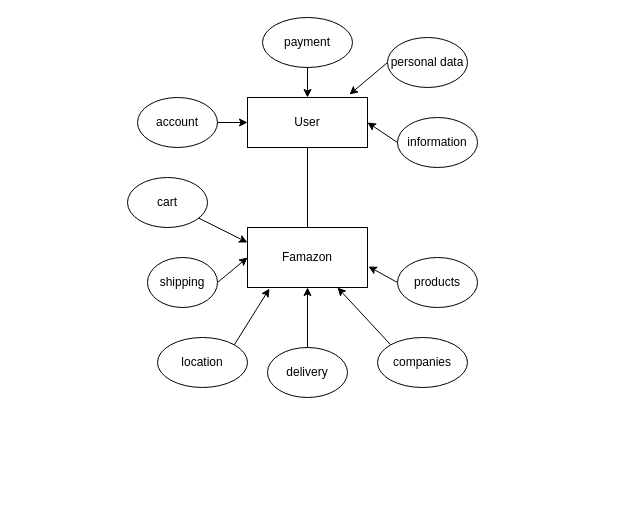
Above: page "Step2" (2 of 4) of Diagram/Famazon.drawio in DmnkHofmann/BE16_CR9_DominikHofmann (draw.io), before the change. Source tidied: cells renumbered, new cells numbered last; positions are measured from the earlier drawing's top-left corner, leaving out a move shared by most shapes. Both pictures are drawn from the tidied source at 100%, with x=0, y=0 at pixel (127, 17).
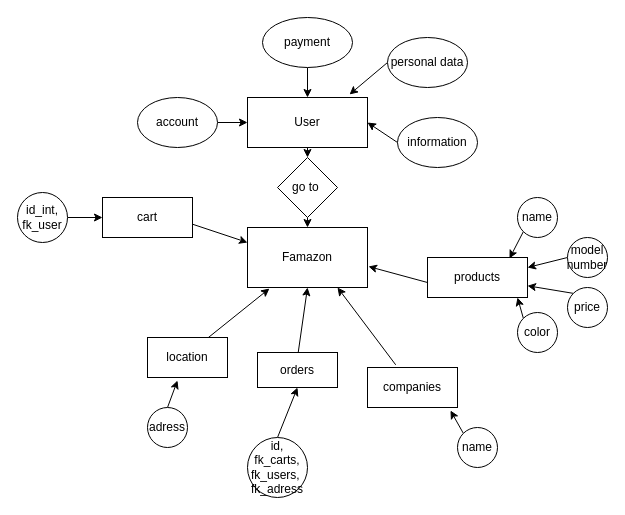
The same diagram, later.

Unchanged cells that the change refers to:
```xml
<mxCell id="3" value="User" style="rounded=0;whiteSpace=wrap;html=1;" parent="1" vertex="1">
  <mxGeometry x="120" y="80" width="120" height="50" as="geometry" />
</mxCell>
<mxCell id="12" value="Famazon" style="rounded=0;whiteSpace=wrap;html=1;" parent="1" vertex="1">
  <mxGeometry x="120" y="210" width="120" height="60" as="geometry" />
</mxCell>
```

Diff of the diagram source:
```diff
@@
-    <mxCell id="2" style="edgeStyle=none;html=1;exitX=0.5;exitY=1;exitDx=0;exitDy=0;entryX=0.5;entryY=0;entryDx=0;entryDy=0;startArrow=none;startFill=0;endArrow=none;endFill=0;" parent="1" edge="1" source="3" target="12">
-      <mxGeometry relative="1" as="geometry" />
-    </mxCell>
+    <mxCell id="25" style="edgeStyle=none;html=1;exitX=0.5;exitY=1;exitDx=0;exitDy=0;entryX=0.5;entryY=0;entryDx=0;entryDy=0;" parent="1" edge="1" source="3" target="27">
+      <mxGeometry relative="1" as="geometry" />
+    </mxCell>
@@
-    <mxCell id="13" style="edgeStyle=none;html=1;exitX=0;exitY=0.5;exitDx=0;exitDy=0;entryX=1.008;entryY=0.65;entryDx=0;entryDy=0;entryPerimeter=0;startArrow=none;startFill=0;endArrow=classic;endFill=1;" parent="1" edge="1" source="14" target="12">
-      <mxGeometry relative="1" as="geometry" />
+    <mxCell id="13" style="edgeStyle=none;html=1;exitX=0;exitY=0.5;exitDx=0;exitDy=0;entryX=1.008;entryY=0.65;entryDx=0;entryDy=0;entryPerimeter=0;startArrow=none;startFill=0;endArrow=classic;endFill=1;" parent="1" edge="1" target="12">
+      <mxGeometry relative="1" as="geometry">
+        <mxPoint x="300" y="265" as="sourcePoint" />
+      </mxGeometry>
     </mxCell>
+    <mxCell id="15" style="edgeStyle=none;html=1;exitX=0;exitY=0;exitDx=0;exitDy=0;entryX=0.75;entryY=1;entryDx=0;entryDy=0;startArrow=none;startFill=0;endArrow=classic;endFill=1;" parent="1" edge="1" target="12">
+      <mxGeometry relative="1" as="geometry">
+        <mxPoint x="268.2" y="347.3" as="sourcePoint" />
+      </mxGeometry>
+    </mxCell>
+    <mxCell id="17" style="edgeStyle=none;html=1;exitX=0.5;exitY=0;exitDx=0;exitDy=0;entryX=0.5;entryY=1;entryDx=0;entryDy=0;startArrow=none;startFill=0;endArrow=classic;endFill=1;" parent="1" edge="1" target="12">
+      <mxGeometry relative="1" as="geometry">
+        <mxPoint x="170" y="340" as="sourcePoint" />
+      </mxGeometry>
+    </mxCell>
+    <mxCell id="21" style="edgeStyle=none;html=1;exitX=1;exitY=0;exitDx=0;exitDy=0;entryX=0.183;entryY=1.017;entryDx=0;entryDy=0;entryPerimeter=0;startArrow=none;startFill=0;endArrow=classic;endFill=1;" parent="1" edge="1" target="12">
+      <mxGeometry relative="1" as="geometry">
+        <mxPoint x="71.8" y="327.3" as="sourcePoint" />
+      </mxGeometry>
+    </mxCell>
+    <mxCell id="23" style="edgeStyle=none;html=1;entryX=0;entryY=0.25;entryDx=0;entryDy=0;startArrow=none;startFill=0;endArrow=classic;endFill=1;" parent="1" edge="1" target="12">
+      <mxGeometry relative="1" as="geometry">
+        <mxPoint x="65.3" y="206.8" as="sourcePoint" />
+      </mxGeometry>
+    </mxCell>
-    <mxCell id="14" value="products" style="ellipse;whiteSpace=wrap;html=1;" parent="1" vertex="1">
-      <mxGeometry x="270" y="240" width="80" height="50" as="geometry" />
+    <mxCell id="14" value="products" style="rounded=0;whiteSpace=wrap;html=1;" parent="1" vertex="1">
+      <mxGeometry x="300" y="240" width="100" height="40" as="geometry" />
     </mxCell>
-    <mxCell id="15" style="edgeStyle=none;html=1;exitX=0;exitY=0;exitDx=0;exitDy=0;entryX=0.75;entryY=1;entryDx=0;entryDy=0;startArrow=none;startFill=0;endArrow=classic;endFill=1;" parent="1" edge="1" source="16" target="12">
-      <mxGeometry relative="1" as="geometry" />
-    </mxCell>
+    <mxCell id="26" style="edgeStyle=none;html=1;exitX=0.5;exitY=1;exitDx=0;exitDy=0;entryX=0.5;entryY=0;entryDx=0;entryDy=0;" parent="1" edge="1" source="27" target="12">
+      <mxGeometry relative="1" as="geometry" />
+    </mxCell>
+    <mxCell id="27" value="go to&amp;nbsp;" style="rhombus;whiteSpace=wrap;html=1;" parent="1" vertex="1">
+      <mxGeometry x="150" y="140" width="60" height="60" as="geometry" />
+    </mxCell>
-    <mxCell id="16" value="companies" style="ellipse;whiteSpace=wrap;html=1;" parent="1" vertex="1">
-      <mxGeometry x="250" y="320" width="90" height="50" as="geometry" />
+    <mxCell id="16" value="companies" style="rounded=0;whiteSpace=wrap;html=1;" parent="1" vertex="1">
+      <mxGeometry x="240" y="350" width="90" height="40" as="geometry" />
     </mxCell>
-    <mxCell id="17" style="edgeStyle=none;html=1;exitX=0.5;exitY=0;exitDx=0;exitDy=0;entryX=0.5;entryY=1;entryDx=0;entryDy=0;startArrow=none;startFill=0;endArrow=classic;endFill=1;" parent="1" edge="1" source="18" target="12">
-      <mxGeometry relative="1" as="geometry" />
-    </mxCell>
-    <mxCell id="18" value="delivery" style="ellipse;whiteSpace=wrap;html=1;" parent="1" vertex="1">
-      <mxGeometry x="140" y="330" width="80" height="50" as="geometry" />
-    </mxCell>
-    <mxCell id="19" style="edgeStyle=none;html=1;exitX=1;exitY=0.5;exitDx=0;exitDy=0;entryX=0;entryY=0.5;entryDx=0;entryDy=0;startArrow=none;startFill=0;endArrow=classic;endFill=1;" parent="1" edge="1" source="20" target="12">
-      <mxGeometry relative="1" as="geometry" />
-    </mxCell>
-    <mxCell id="20" value="shipping" style="ellipse;whiteSpace=wrap;html=1;" parent="1" vertex="1">
-      <mxGeometry x="20" y="240" width="70" height="50" as="geometry" />
-    </mxCell>
-    <mxCell id="21" style="edgeStyle=none;html=1;exitX=1;exitY=0;exitDx=0;exitDy=0;entryX=0.183;entryY=1.017;entryDx=0;entryDy=0;entryPerimeter=0;startArrow=none;startFill=0;endArrow=classic;endFill=1;" parent="1" edge="1" source="22" target="12">
-      <mxGeometry relative="1" as="geometry" />
-    </mxCell>
+    <mxCell id="28" value="orders" style="rounded=0;whiteSpace=wrap;html=1;" parent="1" vertex="1">
+      <mxGeometry x="130" y="335" width="80" height="35" as="geometry" />
+    </mxCell>
-    <mxCell id="22" value="location" style="ellipse;whiteSpace=wrap;html=1;" parent="1" vertex="1">
-      <mxGeometry x="30" y="320" width="90" height="50" as="geometry" />
+    <mxCell id="22" value="location" style="rounded=0;whiteSpace=wrap;html=1;" parent="1" vertex="1">
+      <mxGeometry x="20" y="320" width="80" height="40" as="geometry" />
     </mxCell>
-    <mxCell id="23" style="edgeStyle=none;html=1;entryX=0;entryY=0.25;entryDx=0;entryDy=0;startArrow=none;startFill=0;endArrow=classic;endFill=1;" parent="1" edge="1" source="24" target="12">
-      <mxGeometry relative="1" as="geometry" />
-    </mxCell>
-    <mxCell id="24" value="cart" style="ellipse;whiteSpace=wrap;html=1;" parent="1" vertex="1">
-      <mxGeometry y="160" width="80" height="50" as="geometry" />
+    <mxCell id="24" value="cart" style="rounded=0;whiteSpace=wrap;html=1;" parent="1" vertex="1">
+      <mxGeometry x="-25" y="180" width="90" height="40" as="geometry" />
     </mxCell>
+    <mxCell id="29" style="edgeStyle=none;html=1;exitX=0;exitY=1;exitDx=0;exitDy=0;entryX=0.82;entryY=0.025;entryDx=0;entryDy=0;entryPerimeter=0;" parent="1" edge="1" source="30" target="14">
+      <mxGeometry relative="1" as="geometry" />
+    </mxCell>
+    <mxCell id="30" value="name&lt;br&gt;" style="ellipse;whiteSpace=wrap;html=1;" parent="1" vertex="1">
+      <mxGeometry x="390" y="180" width="40" height="40" as="geometry" />
+    </mxCell>
+    <mxCell id="31" style="edgeStyle=none;html=1;exitX=0;exitY=0.5;exitDx=0;exitDy=0;entryX=1;entryY=0.25;entryDx=0;entryDy=0;" parent="1" edge="1" source="32" target="14">
+      <mxGeometry relative="1" as="geometry" />
+    </mxCell>
+    <mxCell id="32" value="model number" style="ellipse;whiteSpace=wrap;html=1;" parent="1" vertex="1">
+      <mxGeometry x="440" y="220" width="40" height="40" as="geometry" />
+    </mxCell>
+    <mxCell id="33" style="edgeStyle=none;html=1;exitX=0;exitY=0;exitDx=0;exitDy=0;entryX=0.9;entryY=1;entryDx=0;entryDy=0;entryPerimeter=0;" parent="1" edge="1" source="34" target="14">
+      <mxGeometry relative="1" as="geometry" />
+    </mxCell>
+    <mxCell id="34" value="color" style="ellipse;whiteSpace=wrap;html=1;" parent="1" vertex="1">
+      <mxGeometry x="390" y="295" width="40" height="40" as="geometry" />
+    </mxCell>
+    <mxCell id="35" style="edgeStyle=none;html=1;exitX=0;exitY=0;exitDx=0;exitDy=0;" parent="1" edge="1" source="36" target="14">
+      <mxGeometry relative="1" as="geometry" />
+    </mxCell>
+    <mxCell id="36" value="price" style="ellipse;whiteSpace=wrap;html=1;" parent="1" vertex="1">
+      <mxGeometry x="440" y="270" width="40" height="40" as="geometry" />
+    </mxCell>
+    <mxCell id="37" style="edgeStyle=none;html=1;exitX=0;exitY=0;exitDx=0;exitDy=0;entryX=0.922;entryY=1.075;entryDx=0;entryDy=0;entryPerimeter=0;" parent="1" edge="1" source="38" target="16">
+      <mxGeometry relative="1" as="geometry" />
+    </mxCell>
+    <mxCell id="38" value="name" style="ellipse;whiteSpace=wrap;html=1;" parent="1" vertex="1">
+      <mxGeometry x="330" y="410" width="40" height="40" as="geometry" />
+    </mxCell>
+    <mxCell id="39" style="edgeStyle=none;html=1;exitX=0.5;exitY=0;exitDx=0;exitDy=0;entryX=0.375;entryY=1.075;entryDx=0;entryDy=0;entryPerimeter=0;" parent="1" edge="1" source="40" target="22">
+      <mxGeometry relative="1" as="geometry" />
+    </mxCell>
+    <mxCell id="40" value="adress" style="ellipse;whiteSpace=wrap;html=1;" parent="1" vertex="1">
+      <mxGeometry x="20" y="390" width="40" height="40" as="geometry" />
+    </mxCell>
+    <mxCell id="41" style="edgeStyle=none;html=1;exitX=0.5;exitY=0;exitDx=0;exitDy=0;entryX=0.5;entryY=1;entryDx=0;entryDy=0;" parent="1" edge="1" source="42" target="28">
+      <mxGeometry relative="1" as="geometry" />
+    </mxCell>
+    <mxCell id="42" value="id, fk_carts, fk_users,&amp;nbsp; fk_adress" style="ellipse;whiteSpace=wrap;html=1;" parent="1" vertex="1">
+      <mxGeometry x="120" y="420" width="60" height="60" as="geometry" />
+    </mxCell>
+    <mxCell id="43" style="edgeStyle=none;html=1;exitX=1;exitY=0.5;exitDx=0;exitDy=0;entryX=0;entryY=0.5;entryDx=0;entryDy=0;" parent="1" edge="1" source="44" target="24">
+      <mxGeometry relative="1" as="geometry" />
+    </mxCell>
+    <mxCell id="44" value="id_int,&lt;br&gt;fk_user" style="ellipse;whiteSpace=wrap;html=1;" parent="1" vertex="1">
+      <mxGeometry x="-110" y="175" width="50" height="50" as="geometry" />
+    </mxCell>
```
